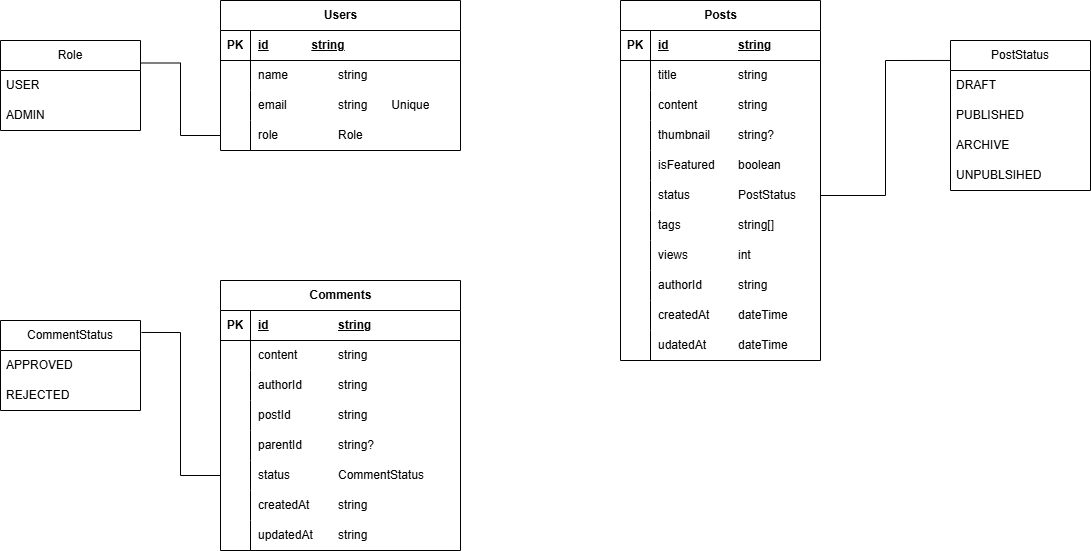
sohelranalive/draw.io-ERD keeps this draw.io diagram as all-ERD/PRISMA-BLOG-ERD.drawio.png. Above is the earlier version. Source tidied: cells renumbered, new cells last; positions are measured from the earlier drawing's top-left corner, leaving out a move shared by most shapes.
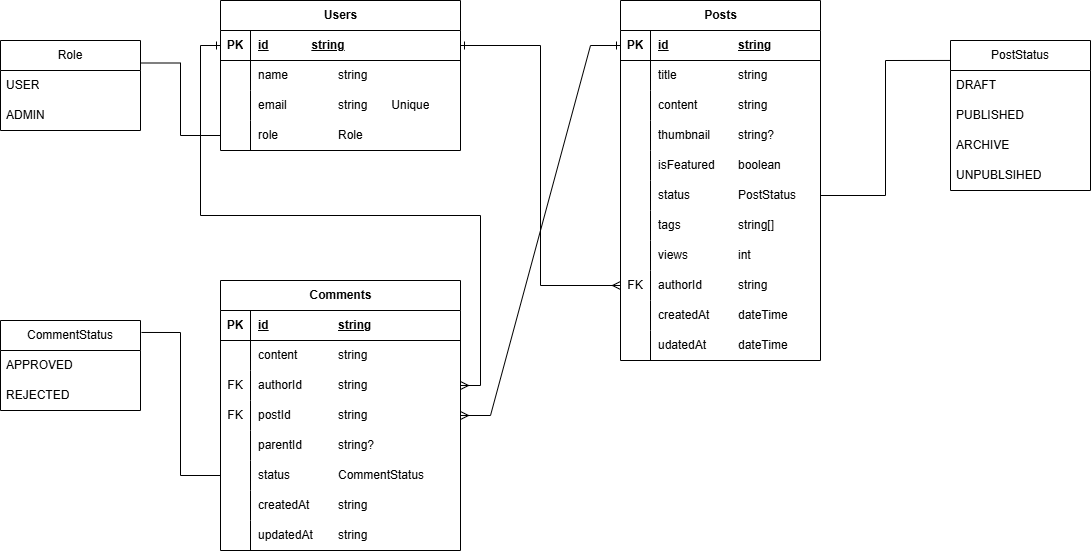
The same file after the commit.

What changed in the source:
```diff
@@ -131,7 +131,7 @@
     <mxCell id="44" style="shape=tableRow;horizontal=0;startSize=0;swimlaneHead=0;swimlaneBody=0;fillColor=none;points=[[0,0.5],[1,0.5]];portConstraint=eastwest;top=0;left=0;right=0;bottom=0;" parent="19" vertex="1">
       <mxGeometry y="270" width="200" height="30" as="geometry" />
     </mxCell>
-    <mxCell id="45" style="shape=partialRectangle;fillColor=none;top=0;left=0;bottom=0;right=0;overflow=hidden;whiteSpace=wrap;html=1;" parent="44" vertex="1">
+    <mxCell id="45" value="FK" style="shape=partialRectangle;fillColor=none;top=0;left=0;bottom=0;right=0;overflow=hidden;whiteSpace=wrap;html=1;" parent="44" vertex="1">
       <mxGeometry width="30" height="30" as="geometry" />
     </mxCell>
     <mxCell id="46" value="authorId&lt;span style=&quot;white-space: pre;&quot;&gt;&#9;&lt;span style=&quot;white-space: pre;&quot;&gt;&#9;&lt;/span&gt;&lt;/span&gt;string" style="shape=partialRectangle;fillColor=none;top=0;left=0;bottom=0;right=0;align=left;spacingLeft=6;overflow=hidden;whiteSpace=wrap;html=1;" parent="44" vertex="1">
@@ -197,7 +197,7 @@
     <mxCell id="66" style="shape=tableRow;horizontal=0;startSize=0;swimlaneHead=0;swimlaneBody=0;fillColor=none;points=[[0,0.5],[1,0.5]];portConstraint=eastwest;top=0;left=0;right=0;bottom=0;" parent="59" vertex="1">
       <mxGeometry y="90" width="240" height="30" as="geometry" />
     </mxCell>
-    <mxCell id="67" style="shape=partialRectangle;fillColor=none;top=0;left=0;bottom=0;right=0;overflow=hidden;whiteSpace=wrap;html=1;" parent="66" vertex="1">
+    <mxCell id="67" value="FK" style="shape=partialRectangle;fillColor=none;top=0;left=0;bottom=0;right=0;overflow=hidden;whiteSpace=wrap;html=1;" parent="66" vertex="1">
       <mxGeometry width="30" height="30" as="geometry" />
     </mxCell>
     <mxCell id="68" value="authorId&lt;span style=&quot;white-space: pre;&quot;&gt;&#9;&lt;span style=&quot;white-space: pre;&quot;&gt;&#9;&lt;/span&gt;&lt;/span&gt;string" style="shape=partialRectangle;fillColor=none;top=0;left=0;bottom=0;right=0;align=left;spacingLeft=6;overflow=hidden;whiteSpace=wrap;html=1;" parent="66" vertex="1">
@@ -206,7 +206,7 @@
     <mxCell id="69" style="shape=tableRow;horizontal=0;startSize=0;swimlaneHead=0;swimlaneBody=0;fillColor=none;points=[[0,0.5],[1,0.5]];portConstraint=eastwest;top=0;left=0;right=0;bottom=0;" parent="59" vertex="1">
       <mxGeometry y="120" width="240" height="30" as="geometry" />
     </mxCell>
-    <mxCell id="70" style="shape=partialRectangle;fillColor=none;top=0;left=0;bottom=0;right=0;overflow=hidden;whiteSpace=wrap;html=1;" parent="69" vertex="1">
+    <mxCell id="70" value="FK" style="shape=partialRectangle;fillColor=none;top=0;left=0;bottom=0;right=0;overflow=hidden;whiteSpace=wrap;html=1;" parent="69" vertex="1">
       <mxGeometry width="30" height="30" as="geometry" />
     </mxCell>
     <mxCell id="71" value="postId&lt;span style=&quot;white-space: pre;&quot;&gt;&#9;&lt;span style=&quot;white-space: pre;&quot;&gt;&#9;&lt;/span&gt;string&lt;/span&gt;" style="shape=partialRectangle;fillColor=none;top=0;left=0;bottom=0;right=0;align=left;spacingLeft=6;overflow=hidden;whiteSpace=wrap;html=1;" parent="69" vertex="1">
@@ -266,5 +266,14 @@
     <mxCell id="89" style="edgeStyle=orthogonalEdgeStyle;rounded=0;jettySize=auto;html=1;exitX=0;exitY=0.5;exitDx=0;exitDy=0;entryX=1.007;entryY=0.133;entryDx=0;entryDy=0;entryPerimeter=0;endArrow=none;endFill=0;" parent="1" edge="1" source="75" target="86">
       <mxGeometry relative="1" as="geometry" />
     </mxCell>
+    <mxCell id="90" style="edgeStyle=orthogonalEdgeStyle;rounded=0;jettySize=auto;html=1;exitX=1;exitY=0.5;exitDx=0;exitDy=0;entryX=0;entryY=0.5;entryDx=0;entryDy=0;endArrow=ERmany;endFill=0;startArrow=ERone;startFill=0;" parent="1" edge="1" source="3" target="44">
+      <mxGeometry relative="1" as="geometry" />
+    </mxCell>
+    <mxCell id="91" style="edgeStyle=orthogonalEdgeStyle;rounded=0;jettySize=auto;html=1;entryX=1;entryY=0.5;entryDx=0;entryDy=0;startArrow=ERone;startFill=0;endArrow=ERmany;endFill=0;" parent="1" edge="1" source="3" target="66">
+      <mxGeometry relative="1" as="geometry" />
+    </mxCell>
+    <mxCell id="92" style="edgeStyle=entityRelationEdgeStyle;fontSize=12;html=1;endArrow=ERone;rounded=0;entryX=0;entryY=0.5;entryDx=0;entryDy=0;exitX=1;exitY=0.5;exitDx=0;exitDy=0;startArrow=ERmany;startFill=0;endFill=0;" parent="1" edge="1" source="69" target="20">
+      <mxGeometry relative="1" as="geometry" />
+    </mxCell>
   </root>
 </mxGraphModel>
```
